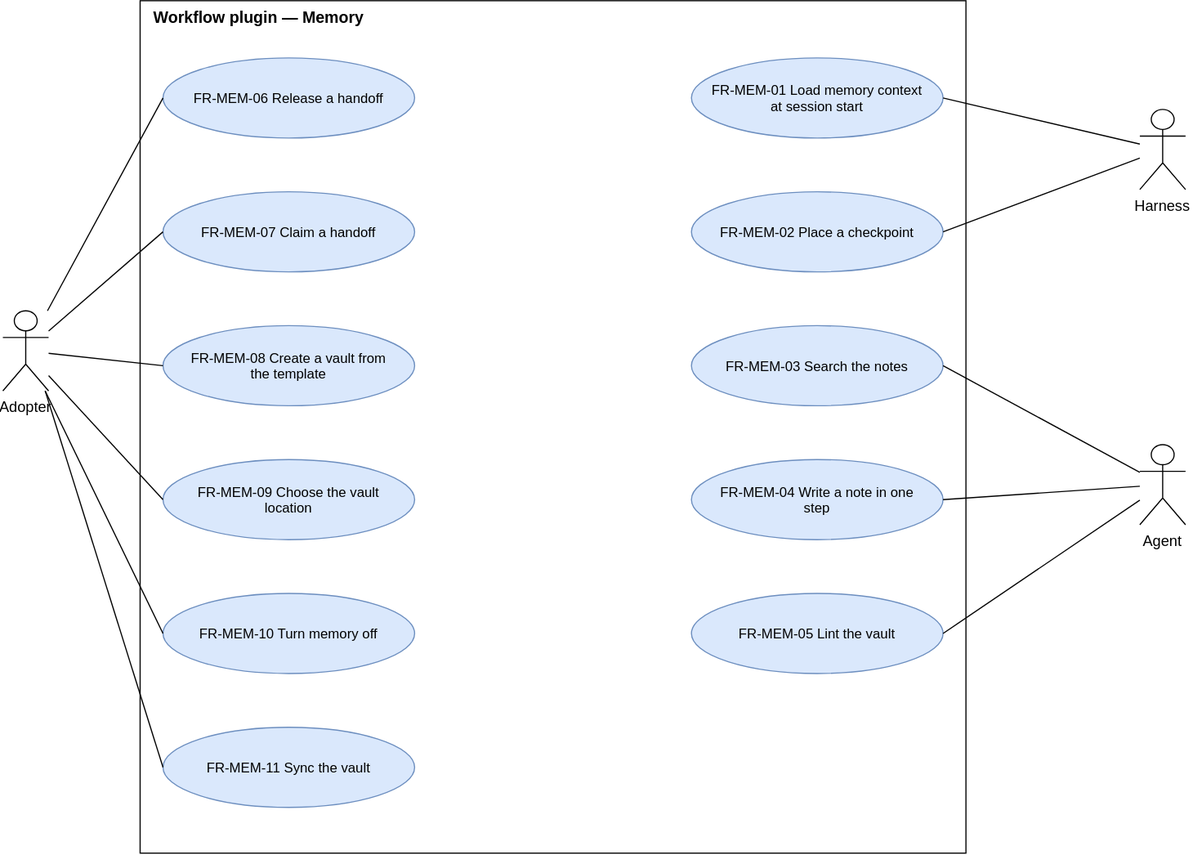
Above: docs/requirements/diagrams/use-cases-memory.drawio.svg in ATNexusLab/tightship (draw.io), before the change. Source tidied: cells renumbered, new cells last; positions are measured from the earlier drawing's top-left corner, leaving out a move shared by most shapes. Source of this version:
```xml
<mxGraphModel background="#ffffff">
  <root>
    <mxCell id="0" />
    <mxCell id="1" parent="0" />
    <mxCell id="2" value="Workflow plugin — Memory" style="rounded=0;fillColor=none;verticalAlign=top;align=left;spacingLeft=10;fontStyle=1;fontSize=14;html=0;" parent="1" vertex="1">
      <mxGeometry x="120" width="722" height="745" as="geometry" />
    </mxCell>
    <mxCell id="3" value="FR-MEM-06 Release a handoff" style="ellipse;fontSize=12;fillColor=#dae8fc;strokeColor=#6c8ebf;html=0;" parent="1" vertex="1">
      <mxGeometry x="140" y="50" width="220" height="70" as="geometry" />
    </mxCell>
    <mxCell id="4" value="FR-MEM-07 Claim a handoff" style="ellipse;fontSize=12;fillColor=#dae8fc;strokeColor=#6c8ebf;html=0;" parent="1" vertex="1">
      <mxGeometry x="140" y="167" width="220" height="70" as="geometry" />
    </mxCell>
    <mxCell id="5" value="FR-MEM-08 Create a vault from&#10;the template" style="ellipse;fontSize=12;fillColor=#dae8fc;strokeColor=#6c8ebf;html=0;" parent="1" vertex="1">
      <mxGeometry x="140" y="284" width="220" height="70" as="geometry" />
    </mxCell>
    <mxCell id="6" value="FR-MEM-09 Choose the vault&#10;location" style="ellipse;fontSize=12;fillColor=#dae8fc;strokeColor=#6c8ebf;html=0;" parent="1" vertex="1">
      <mxGeometry x="140" y="401" width="220" height="70" as="geometry" />
    </mxCell>
    <mxCell id="7" value="FR-MEM-10 Turn memory off" style="ellipse;fontSize=12;fillColor=#dae8fc;strokeColor=#6c8ebf;html=0;" parent="1" vertex="1">
      <mxGeometry x="140" y="518" width="220" height="70" as="geometry" />
    </mxCell>
    <mxCell id="8" value="FR-MEM-01 Load memory context&#10;at session start" style="ellipse;fontSize=12;fillColor=#dae8fc;strokeColor=#6c8ebf;html=0;" parent="1" vertex="1">
      <mxGeometry x="602" y="50" width="220" height="70" as="geometry" />
    </mxCell>
    <mxCell id="9" value="FR-MEM-02 Place a checkpoint" style="ellipse;fontSize=12;fillColor=#dae8fc;strokeColor=#6c8ebf;html=0;" parent="1" vertex="1">
      <mxGeometry x="602" y="167" width="220" height="70" as="geometry" />
    </mxCell>
    <mxCell id="10" value="FR-MEM-03 Search the notes" style="ellipse;fontSize=12;fillColor=#dae8fc;strokeColor=#6c8ebf;html=0;" parent="1" vertex="1">
      <mxGeometry x="602" y="284" width="220" height="70" as="geometry" />
    </mxCell>
    <mxCell id="11" value="FR-MEM-04 Write a note in one&#10;step" style="ellipse;fontSize=12;fillColor=#dae8fc;strokeColor=#6c8ebf;html=0;" parent="1" vertex="1">
      <mxGeometry x="602" y="401" width="220" height="70" as="geometry" />
    </mxCell>
    <mxCell id="12" value="FR-MEM-05 Lint the vault" style="ellipse;fontSize=12;fillColor=#dae8fc;strokeColor=#6c8ebf;html=0;" parent="1" vertex="1">
      <mxGeometry x="602" y="518" width="220" height="70" as="geometry" />
    </mxCell>
    <mxCell id="13" value="Adopter" style="shape=umlActor;verticalLabelPosition=bottom;verticalAlign=top;fontSize=13;html=0;" parent="1" vertex="1">
      <mxGeometry y="271" width="40" height="70" as="geometry" />
    </mxCell>
    <mxCell id="14" style="endArrow=none;entryX=0;entryY=0.5;html=0;fontSize=11;labelBackgroundColor=#ffffff;" parent="1" edge="1" source="13" target="3">
      <mxGeometry relative="1" as="geometry" />
    </mxCell>
    <mxCell id="15" style="endArrow=none;entryX=0;entryY=0.5;html=0;fontSize=11;labelBackgroundColor=#ffffff;" parent="1" edge="1" source="13" target="4">
      <mxGeometry relative="1" as="geometry" />
    </mxCell>
    <mxCell id="16" style="endArrow=none;entryX=0;entryY=0.5;html=0;fontSize=11;labelBackgroundColor=#ffffff;" parent="1" edge="1" source="13" target="5">
      <mxGeometry relative="1" as="geometry" />
    </mxCell>
    <mxCell id="17" style="endArrow=none;entryX=0;entryY=0.5;html=0;fontSize=11;labelBackgroundColor=#ffffff;" parent="1" edge="1" source="13" target="6">
      <mxGeometry relative="1" as="geometry" />
    </mxCell>
    <mxCell id="18" style="endArrow=none;entryX=0;entryY=0.5;html=0;fontSize=11;labelBackgroundColor=#ffffff;" parent="1" edge="1" source="13" target="7">
      <mxGeometry relative="1" as="geometry" />
    </mxCell>
    <mxCell id="19" value="Harness" style="shape=umlActor;verticalLabelPosition=bottom;verticalAlign=top;fontSize=13;html=0;" parent="1" vertex="1">
      <mxGeometry x="994" y="95" width="40" height="70" as="geometry" />
    </mxCell>
    <mxCell id="20" style="endArrow=none;entryX=1;entryY=0.5;html=0;fontSize=11;labelBackgroundColor=#ffffff;" parent="1" edge="1" source="19" target="8">
      <mxGeometry relative="1" as="geometry" />
    </mxCell>
    <mxCell id="21" style="endArrow=none;entryX=1;entryY=0.5;html=0;fontSize=11;labelBackgroundColor=#ffffff;" parent="1" edge="1" source="19" target="9">
      <mxGeometry relative="1" as="geometry" />
    </mxCell>
    <mxCell id="22" value="Agent" style="shape=umlActor;verticalLabelPosition=bottom;verticalAlign=top;fontSize=13;html=0;" parent="1" vertex="1">
      <mxGeometry x="994" y="388" width="40" height="70" as="geometry" />
    </mxCell>
    <mxCell id="23" style="endArrow=none;entryX=1;entryY=0.5;html=0;fontSize=11;labelBackgroundColor=#ffffff;" parent="1" edge="1" source="22" target="10">
      <mxGeometry relative="1" as="geometry" />
    </mxCell>
    <mxCell id="24" style="endArrow=none;entryX=1;entryY=0.5;html=0;fontSize=11;labelBackgroundColor=#ffffff;" parent="1" edge="1" source="22" target="11">
      <mxGeometry relative="1" as="geometry" />
    </mxCell>
    <mxCell id="25" style="endArrow=none;entryX=1;entryY=0.5;html=0;fontSize=11;labelBackgroundColor=#ffffff;" parent="1" edge="1" source="22" target="12">
      <mxGeometry relative="1" as="geometry" />
    </mxCell>
    <mxCell id="26" value="FR-MEM-11 Sync the vault" style="ellipse;fontSize=12;fillColor=#dae8fc;strokeColor=#6c8ebf;html=0;" parent="1" vertex="1">
      <mxGeometry x="140" y="635" width="220" height="70" as="geometry" />
    </mxCell>
    <mxCell id="27" style="endArrow=none;entryX=0;entryY=0.5;html=0;fontSize=11;labelBackgroundColor=#ffffff;" parent="1" edge="1" source="13" target="26">
      <mxGeometry relative="1" as="geometry" />
    </mxCell>
  </root>
</mxGraphModel>
```
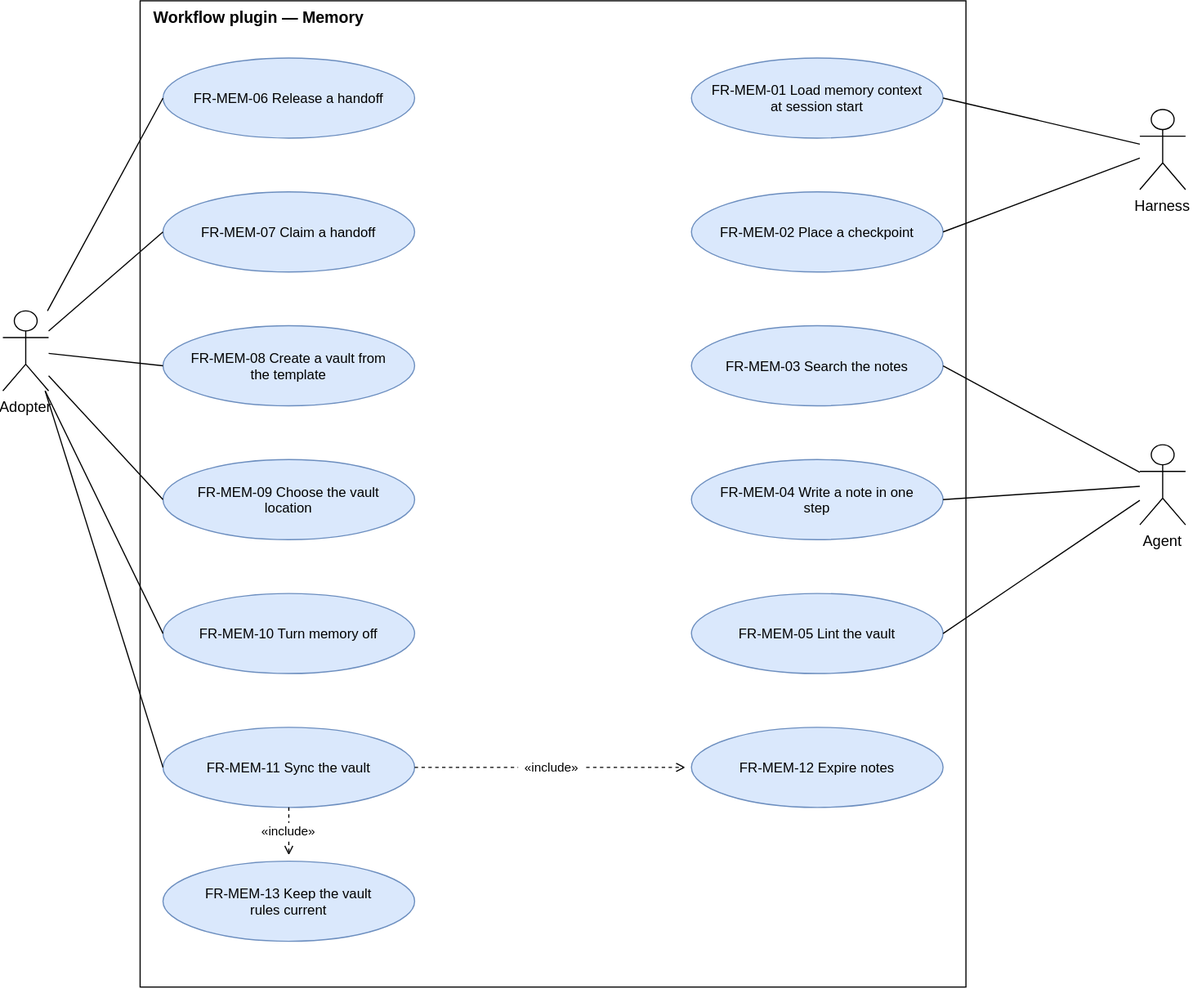
Later version of the same file.

The edit, as a diff of the source:
```diff
@@ -3,7 +3,7 @@
     <mxCell id="0" />
     <mxCell id="1" parent="0" />
     <mxCell id="2" value="Workflow plugin — Memory" style="rounded=0;fillColor=none;verticalAlign=top;align=left;spacingLeft=10;fontStyle=1;fontSize=14;html=0;" parent="1" vertex="1">
-      <mxGeometry x="120" width="722" height="745" as="geometry" />
+      <mxGeometry x="120" width="722" height="862" as="geometry" />
     </mxCell>
     <mxCell id="3" value="FR-MEM-06 Release a handoff" style="ellipse;fontSize=12;fillColor=#dae8fc;strokeColor=#6c8ebf;html=0;" parent="1" vertex="1">
       <mxGeometry x="140" y="50" width="220" height="70" as="geometry" />
@@ -80,5 +80,17 @@
     <mxCell id="27" style="endArrow=none;entryX=0;entryY=0.5;html=0;fontSize=11;labelBackgroundColor=#ffffff;" parent="1" edge="1" source="13" target="26">
       <mxGeometry relative="1" as="geometry" />
     </mxCell>
+    <mxCell id="28" value="FR-MEM-12 Expire notes" style="ellipse;fontSize=12;fillColor=#dae8fc;strokeColor=#6c8ebf;html=0;" parent="1" vertex="1">
+      <mxGeometry x="602" y="635" width="220" height="70" as="geometry" />
+    </mxCell>
+    <mxCell id="29" value="FR-MEM-13 Keep the vault&amp;#xa;rules current" style="ellipse;fontSize=12;fillColor=#dae8fc;strokeColor=#6c8ebf;html=0;" parent="1" vertex="1">
+      <mxGeometry x="140" y="752" width="220" height="70" as="geometry" />
+    </mxCell>
+    <mxCell id="30" value="«include»" style="endArrow=open;dashed=1;html=0;fontSize=11;labelBackgroundColor=#ffffff;exitX=1;exitY=0.5;entryX=0;entryY=0.5;" parent="1" edge="1" source="26" target="28">
+      <mxGeometry relative="1" as="geometry" />
+    </mxCell>
+    <mxCell id="31" value="«include»" style="endArrow=open;dashed=1;html=0;fontSize=11;labelBackgroundColor=#ffffff;exitX=0.5;exitY=1;entryX=0.5;entryY=0;" parent="1" edge="1" source="26" target="29">
+      <mxGeometry relative="1" as="geometry" />
+    </mxCell>
   </root>
 </mxGraphModel>
```
